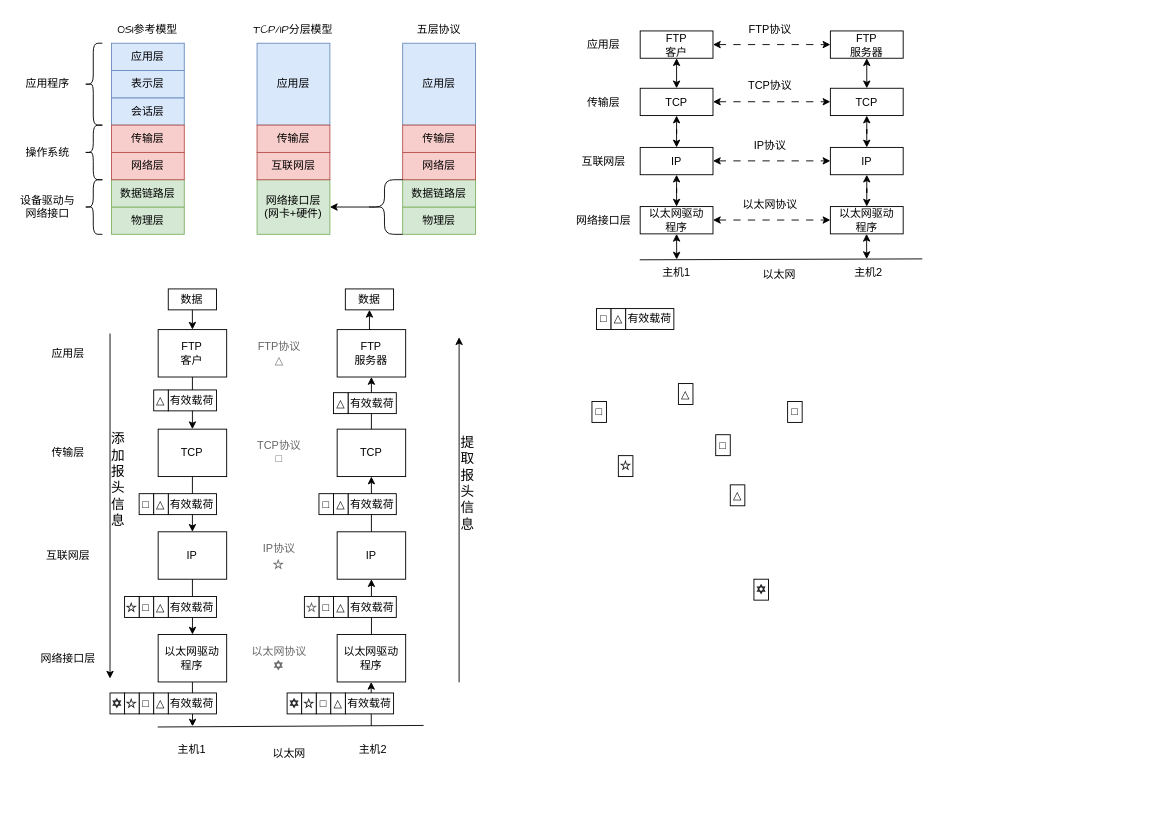
Earlier version of the draw.io diagram 未命名绘图.drawio (xyshawy/IMG). Source tidied: cells renumbered, new cells numbered last; positions are measured from the earlier drawing's top-left corner, leaving out a move shared by most shapes. Both pictures are drawn from the tidied source at 91%, with x=0, y=0 at pixel (15, 15).
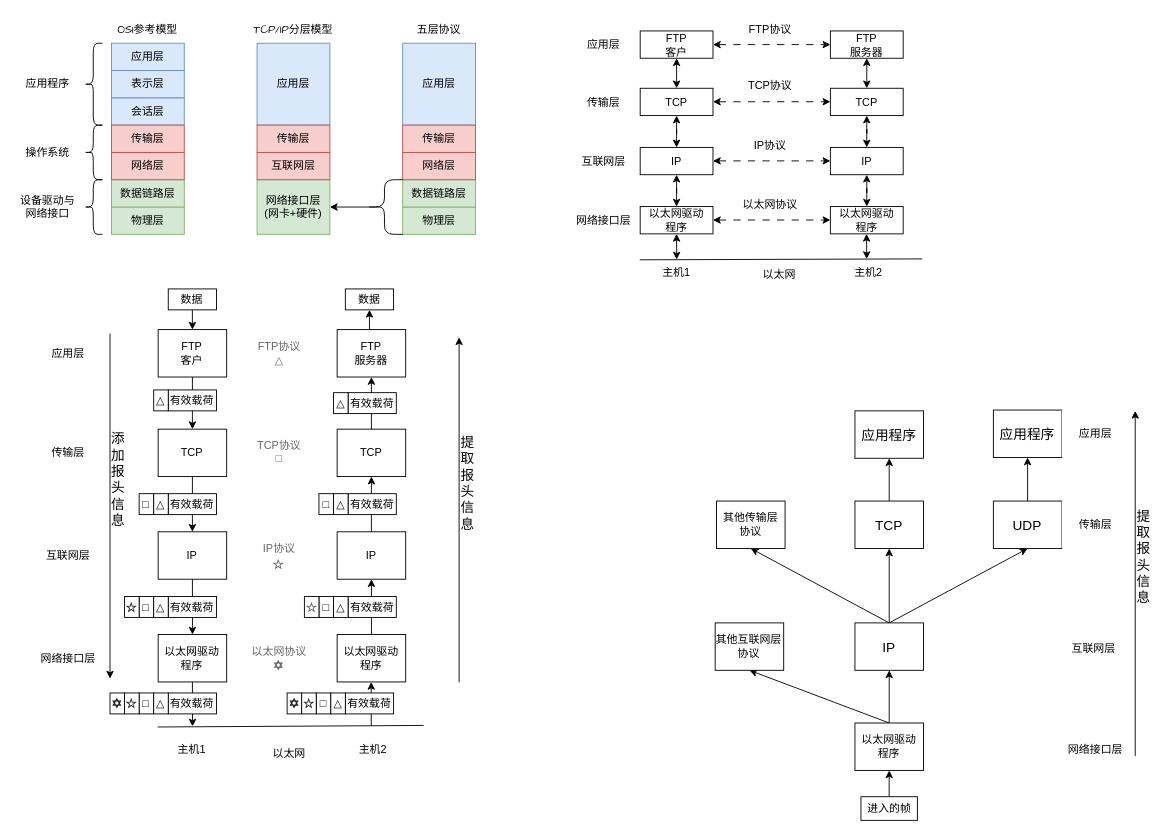
The same page after the edit.

The edit, as a diff of the source:
```diff
@@
-    <mxCell id="105" value="△" style="rounded=0;whiteSpace=wrap;html=1;fontFamily=Songti TC;" parent="1" vertex="1">
-      <mxGeometry x="785" y="515.3" width="16" height="23" as="geometry" />
-    </mxCell>
-    <mxCell id="106" value="△" style="rounded=0;whiteSpace=wrap;html=1;fontFamily=Songti TC;" parent="1" vertex="1">
-      <mxGeometry x="728" y="404" width="16" height="23" as="geometry" />
-    </mxCell>
-    <mxCell id="107" value="□" style="rounded=0;whiteSpace=wrap;html=1;fontFamily=Songti TC;" parent="1" vertex="1">
-      <mxGeometry x="633" y="423.7" width="16" height="23" as="geometry" />
-    </mxCell>
-    <mxCell id="108" value="&lt;b style=&quot;border-color: var(--border-color); color: rgb(32, 33, 36); font-family: arial, sans-serif; font-size: 14px; text-align: left; background-color: rgb(255, 255, 255);&quot;&gt;☆&lt;/b&gt;" style="rounded=0;whiteSpace=wrap;html=1;fontFamily=Songti TC;" parent="1" vertex="1">
-      <mxGeometry x="662" y="483.2" width="16" height="23" as="geometry" />
-    </mxCell>
-    <mxCell id="109" value="□" style="rounded=0;whiteSpace=wrap;html=1;fontFamily=Songti TC;" parent="1" vertex="1">
-      <mxGeometry x="848" y="423.7" width="16" height="23" as="geometry" />
-    </mxCell>
-    <mxCell id="110" value="□" style="rounded=0;whiteSpace=wrap;html=1;fontFamily=Songti TC;" parent="1" vertex="1">
-      <mxGeometry x="769" y="460.2" width="16" height="23" as="geometry" />
-    </mxCell>
@@
-    <mxCell id="112" value="□" style="rounded=0;whiteSpace=wrap;html=1;fontFamily=Songti TC;" parent="1" vertex="1">
-      <mxGeometry x="638" y="321.6" width="16" height="23" as="geometry" />
-    </mxCell>
-    <mxCell id="113" value="有效载荷" style="rounded=0;whiteSpace=wrap;html=1;fontFamily=Songti TC;" parent="1" vertex="1">
-      <mxGeometry x="670" y="321.6" width="53" height="23" as="geometry" />
-    </mxCell>
-    <mxCell id="114" value="△" style="rounded=0;whiteSpace=wrap;html=1;fontFamily=Songti TC;" parent="1" vertex="1">
-      <mxGeometry x="654" y="321.6" width="16" height="23" as="geometry" />
-    </mxCell>
@@
-    <mxCell id="119" value="&lt;b style=&quot;border-color: var(--border-color); color: rgb(32, 33, 36); font-family: arial, sans-serif; font-size: 14px; text-align: left; background-color: rgb(255, 255, 255);&quot;&gt;✡&lt;/b&gt;" style="rounded=0;whiteSpace=wrap;html=1;fontFamily=Songti TC;" parent="1" vertex="1">
-      <mxGeometry x="811" y="619" width="16" height="23" as="geometry" />
-    </mxCell>
@@
+    <mxCell id="139" style="edgeStyle=orthogonalEdgeStyle;rounded=0;jettySize=auto;html=1;exitX=0.5;exitY=0;exitDx=0;exitDy=0;entryX=0.5;entryY=1;entryDx=0;entryDy=0;" parent="1" edge="1" source="140" target="143">
+      <mxGeometry relative="1" as="geometry" />
+    </mxCell>
+    <mxCell id="140" value="进入的帧" style="rounded=0;whiteSpace=wrap;html=1;fontFamily=Songti TC;" parent="1" vertex="1">
+      <mxGeometry x="928.6" y="858" width="62" height="26" as="geometry" />
+    </mxCell>
+    <mxCell id="141" style="edgeStyle=orthogonalEdgeStyle;rounded=0;jettySize=auto;html=1;exitX=0.5;exitY=0;exitDx=0;exitDy=0;entryX=0.5;entryY=1;entryDx=0;entryDy=0;" parent="1" edge="1" source="143" target="147">
+      <mxGeometry relative="1" as="geometry" />
+    </mxCell>
+    <mxCell id="142" style="rounded=0;jettySize=auto;html=1;exitX=0.5;exitY=0;exitDx=0;exitDy=0;entryX=0.5;entryY=1;entryDx=0;entryDy=0;" parent="1" edge="1" source="143" target="154">
+      <mxGeometry relative="1" as="geometry" />
+    </mxCell>
+    <mxCell id="143" value="以太网驱动&lt;br&gt;程序" style="rounded=0;whiteSpace=wrap;html=1;fontFamily=Songti TC;" parent="1" vertex="1">
+      <mxGeometry x="922" y="777" width="75.3" height="52.1" as="geometry" />
+    </mxCell>
+    <mxCell id="144" style="edgeStyle=orthogonalEdgeStyle;rounded=0;jettySize=auto;html=1;exitX=0.5;exitY=0;exitDx=0;exitDy=0;entryX=0.5;entryY=1;entryDx=0;entryDy=0;" parent="1" edge="1" source="147" target="150">
+      <mxGeometry relative="1" as="geometry" />
+    </mxCell>
+    <mxCell id="145" style="rounded=0;jettySize=auto;html=1;exitX=0.5;exitY=0;exitDx=0;exitDy=0;entryX=0.5;entryY=1;entryDx=0;entryDy=0;" parent="1" edge="1" source="147" target="151">
+      <mxGeometry relative="1" as="geometry" />
+    </mxCell>
+    <mxCell id="146" style="edgeStyle=none;shape=connector;rounded=0;jettySize=auto;html=1;exitX=0.5;exitY=0;exitDx=0;exitDy=0;entryX=0.5;entryY=1;entryDx=0;entryDy=0;labelBackgroundColor=default;strokeColor=default;fontFamily=Helvetica;fontSize=11;fontColor=default;endArrow=classic;" parent="1" edge="1" source="147" target="155">
+      <mxGeometry relative="1" as="geometry" />
+    </mxCell>
+    <mxCell id="147" value="&lt;font style=&quot;font-size: 15px;&quot;&gt;IP&lt;/font&gt;" style="rounded=0;whiteSpace=wrap;html=1;fontFamily=Songti TC;" parent="1" vertex="1">
+      <mxGeometry x="922" y="667" width="75.3" height="52.1" as="geometry" />
+    </mxCell>
+    <mxCell id="148" style="edgeStyle=none;shape=connector;rounded=0;jettySize=auto;html=1;exitX=0.5;exitY=0;exitDx=0;exitDy=0;labelBackgroundColor=default;strokeColor=default;fontFamily=Helvetica;fontSize=11;fontColor=default;endArrow=classic;" parent="1" edge="1" source="150" target="152">
+      <mxGeometry relative="1" as="geometry" />
+    </mxCell>
+    <mxCell id="149" style="edgeStyle=none;shape=connector;rounded=0;jettySize=auto;html=1;exitX=0.5;exitY=0;exitDx=0;exitDy=0;entryX=0.5;entryY=1;entryDx=0;entryDy=0;labelBackgroundColor=default;strokeColor=default;fontFamily=Helvetica;fontSize=11;fontColor=default;endArrow=classic;" parent="1" edge="1" source="151" target="153">
+      <mxGeometry relative="1" as="geometry" />
+    </mxCell>
+    <mxCell id="150" value="&lt;font style=&quot;font-size: 15px;&quot;&gt;TCP&lt;/font&gt;" style="rounded=0;whiteSpace=wrap;html=1;fontFamily=Songti TC;" parent="1" vertex="1">
+      <mxGeometry x="922" y="533.1" width="75.3" height="52.1" as="geometry" />
+    </mxCell>
+    <mxCell id="151" value="&lt;font style=&quot;font-size: 15px;&quot;&gt;UDP&lt;/font&gt;" style="rounded=0;whiteSpace=wrap;html=1;fontFamily=Songti TC;" parent="1" vertex="1">
+      <mxGeometry x="1074.1" y="533.1" width="75.3" height="52.1" as="geometry" />
+    </mxCell>
+    <mxCell id="152" value="&lt;font style=&quot;font-size: 15px;&quot;&gt;应用程序&lt;/font&gt;" style="rounded=0;whiteSpace=wrap;html=1;fontFamily=Songti TC;" parent="1" vertex="1">
+      <mxGeometry x="922" y="434" width="75.3" height="52.1" as="geometry" />
+    </mxCell>
+    <mxCell id="153" value="&lt;font style=&quot;font-size: 15px;&quot;&gt;应用程序&lt;/font&gt;" style="rounded=0;whiteSpace=wrap;html=1;fontFamily=Songti TC;" parent="1" vertex="1">
+      <mxGeometry x="1074.1" y="433.1" width="75.3" height="52.1" as="geometry" />
+    </mxCell>
+    <mxCell id="154" value="其他互联网层协议" style="rounded=0;whiteSpace=wrap;html=1;fontFamily=Songti TC;" parent="1" vertex="1">
+      <mxGeometry x="768.4" y="667" width="75.3" height="52.1" as="geometry" />
+    </mxCell>
+    <mxCell id="155" value="其他传输层&lt;br&gt;协议" style="rounded=0;whiteSpace=wrap;html=1;fontFamily=Songti TC;" parent="1" vertex="1">
+      <mxGeometry x="769.9" y="533.1" width="75.3" height="52.1" as="geometry" />
+    </mxCell>
+    <mxCell id="156" style="endArrow=classic;html=1;rounded=0;fontFamily=Songti TC;fontSize=12;fontColor=default;" parent="1" edge="1">
+      <mxGeometry relative="1" as="geometry">
+        <mxPoint x="1230" y="813.2" as="sourcePoint" />
+        <mxPoint x="1230" y="434" as="targetPoint" />
+      </mxGeometry>
+    </mxCell>
+    <mxCell id="157" value="&lt;font style=&quot;font-size: 15px;&quot;&gt;提&lt;br&gt;取&lt;br&gt;报&lt;br&gt;头&lt;br&gt;信&lt;br&gt;息&lt;/font&gt;" style="text;html=1;align=center;verticalAlign=middle;strokeColor=none;fillColor=none;fontSize=12;fontFamily=Songti TC;fontColor=default;" parent="1" vertex="1">
+      <mxGeometry x="1222" y="534.2" width="33" height="120" as="geometry" />
+    </mxCell>
+    <mxCell id="158" value="应用层" style="rounded=0;whiteSpace=wrap;html=1;fontFamily=Songti TC;strokeColor=none;" parent="1" vertex="1">
+      <mxGeometry x="1149.3" y="433.1" width="75.3" height="52.1" as="geometry" />
+    </mxCell>
+    <mxCell id="159" value="网络接口层&lt;br&gt;" style="rounded=0;whiteSpace=wrap;html=1;fontFamily=Songti TC;strokeColor=none;" parent="1" vertex="1">
+      <mxGeometry x="1149.3" y="779.7" width="75.3" height="52.1" as="geometry" />
+    </mxCell>
+    <mxCell id="160" value="互联网层" style="rounded=0;whiteSpace=wrap;html=1;fontFamily=Songti TC;strokeColor=none;" parent="1" vertex="1">
+      <mxGeometry x="1146.7" y="669" width="75.3" height="52.1" as="geometry" />
+    </mxCell>
+    <mxCell id="161" value="传输层" style="rounded=0;whiteSpace=wrap;html=1;fontFamily=Songti TC;strokeColor=none;" parent="1" vertex="1">
+      <mxGeometry x="1149.3" y="533.1" width="75.3" height="52.1" as="geometry" />
+    </mxCell>
```
